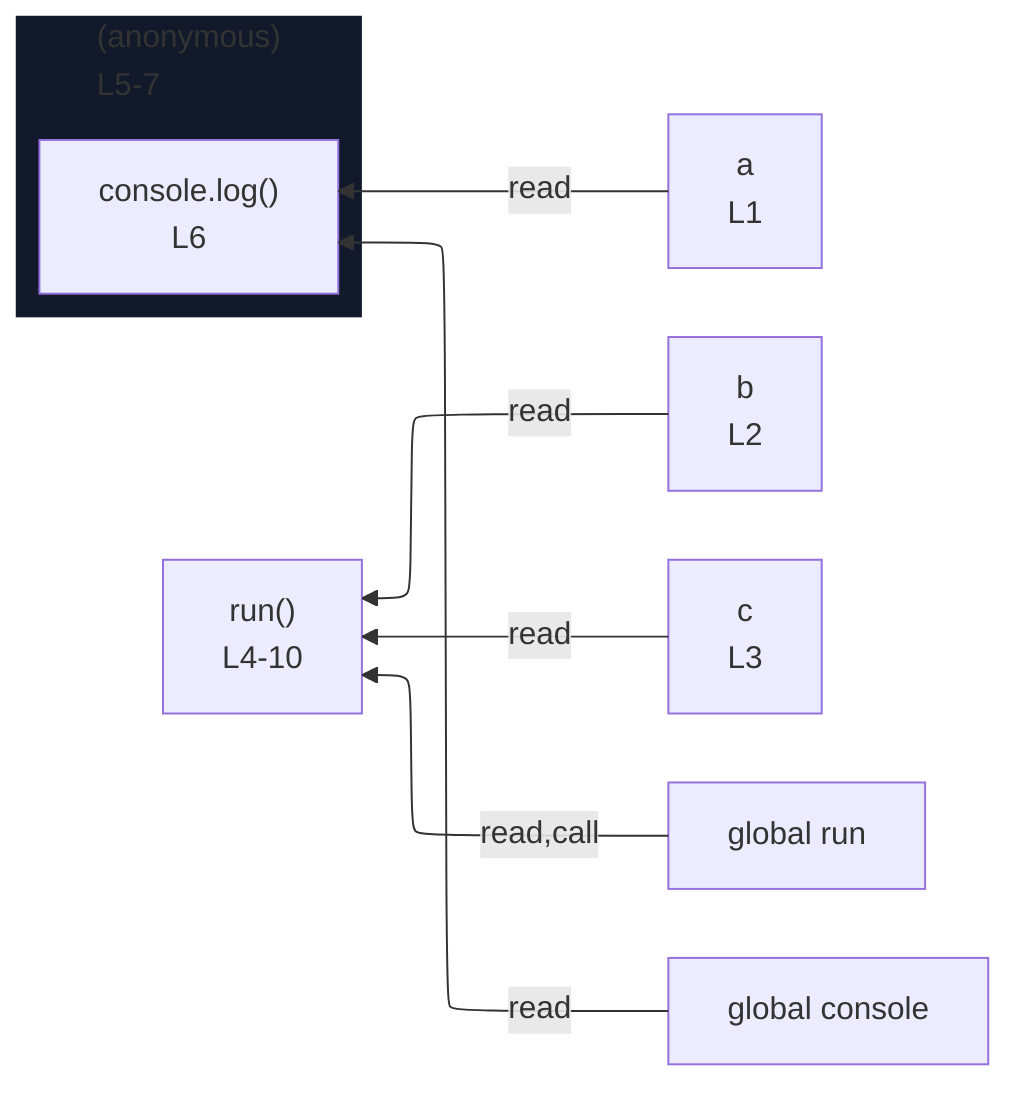
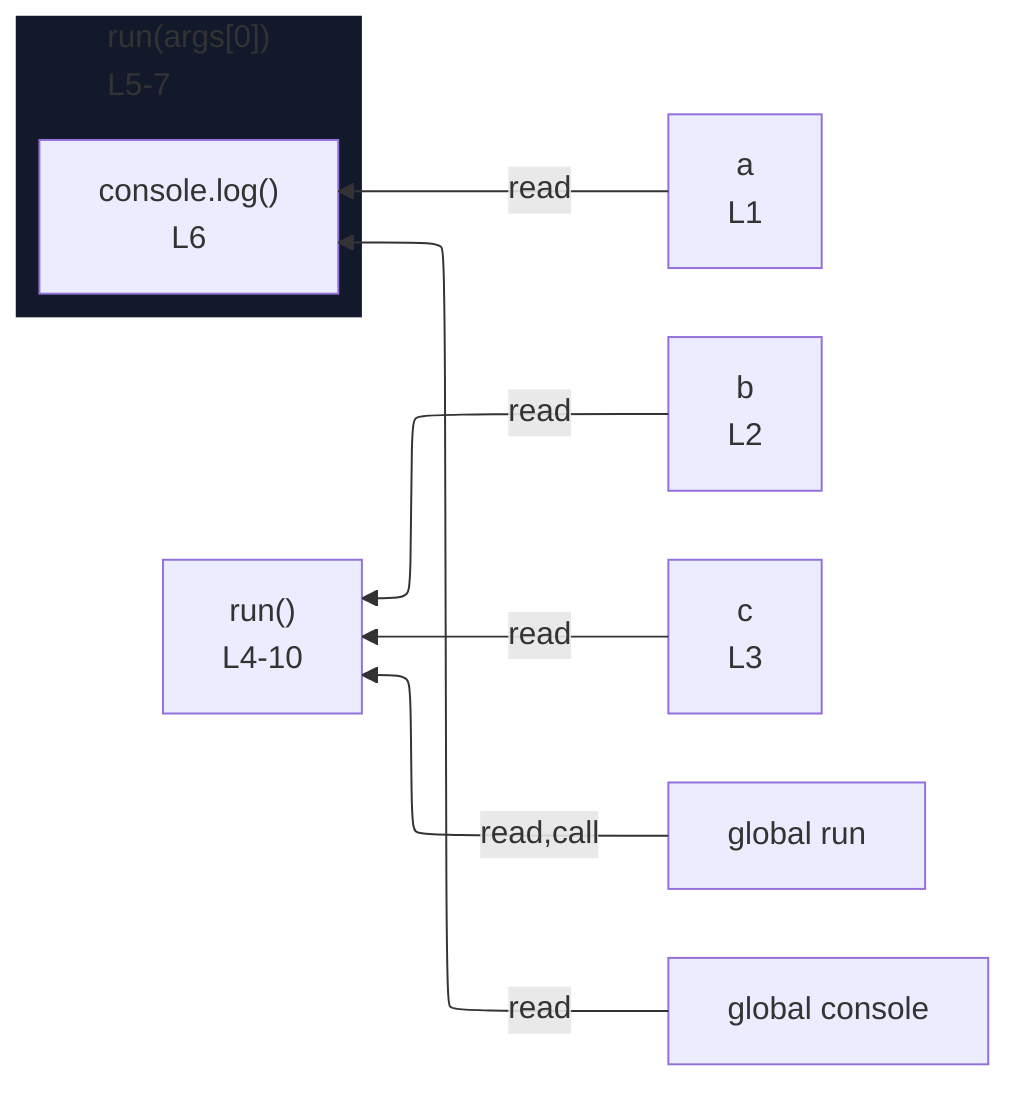
%%{init: {"flowchart": {"defaultRenderer": "elk"}}}%%
flowchart RL
  n_scope_0_a_6["a<br/>L1"]
  n_scope_0_b_19["b<br/>L2"]
  n_scope_0_c_32["c<br/>L3"]
  n_scope_0_run_39["global run"]
  n_scope_0_console_58["global console"]
-   subgraph s_scope_1["(anonymous)<br/>L5-7"]
+   subgraph s_scope_1["run(args[0])<br/>L5-7"]
    direction RL
    expr_stmt_58["console.log()<br/>L6"]
  end
  n_scope_0_run_39 -->|read,call| expr_stmt_39
  n_scope_0_console_58 -->|read| expr_stmt_58
  n_scope_0_a_6 -->|read| expr_stmt_58
  n_scope_0_b_19 -->|read| expr_stmt_39
  n_scope_0_c_32 -->|read| expr_stmt_39
  expr_stmt_39["run()<br/>L4-10"]
  classDef nestL1 fill:#11192a,stroke:transparent;
  class s_scope_1 nestL1;
